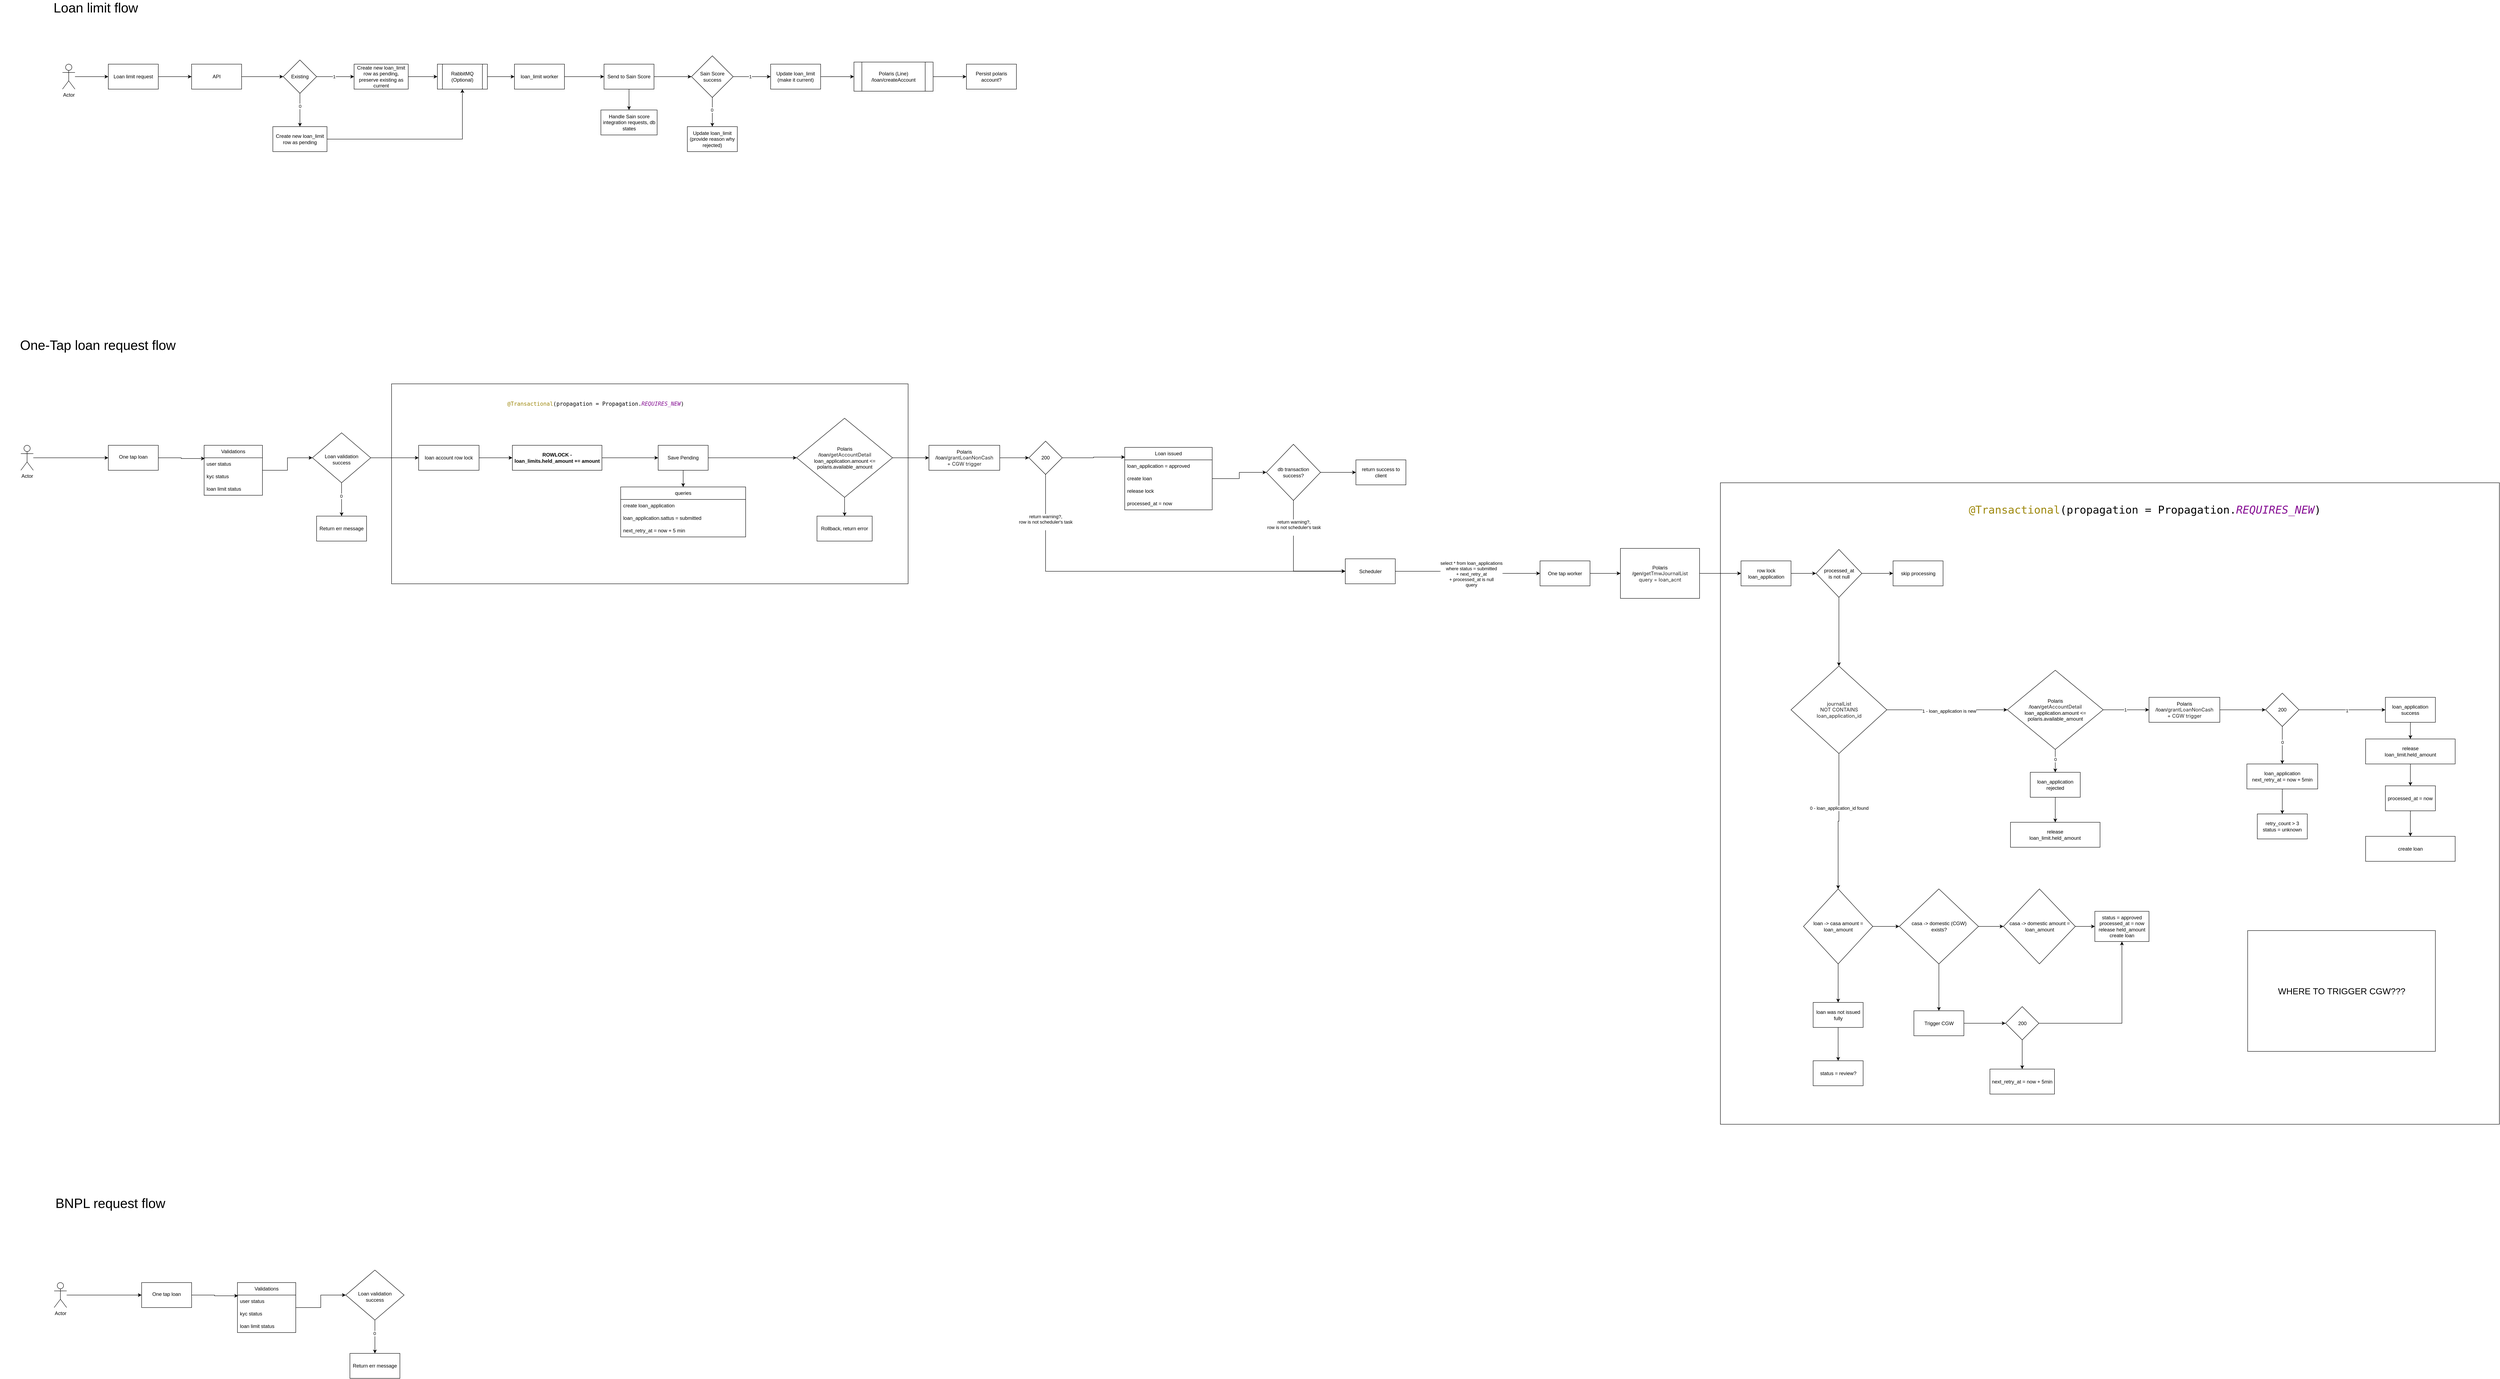
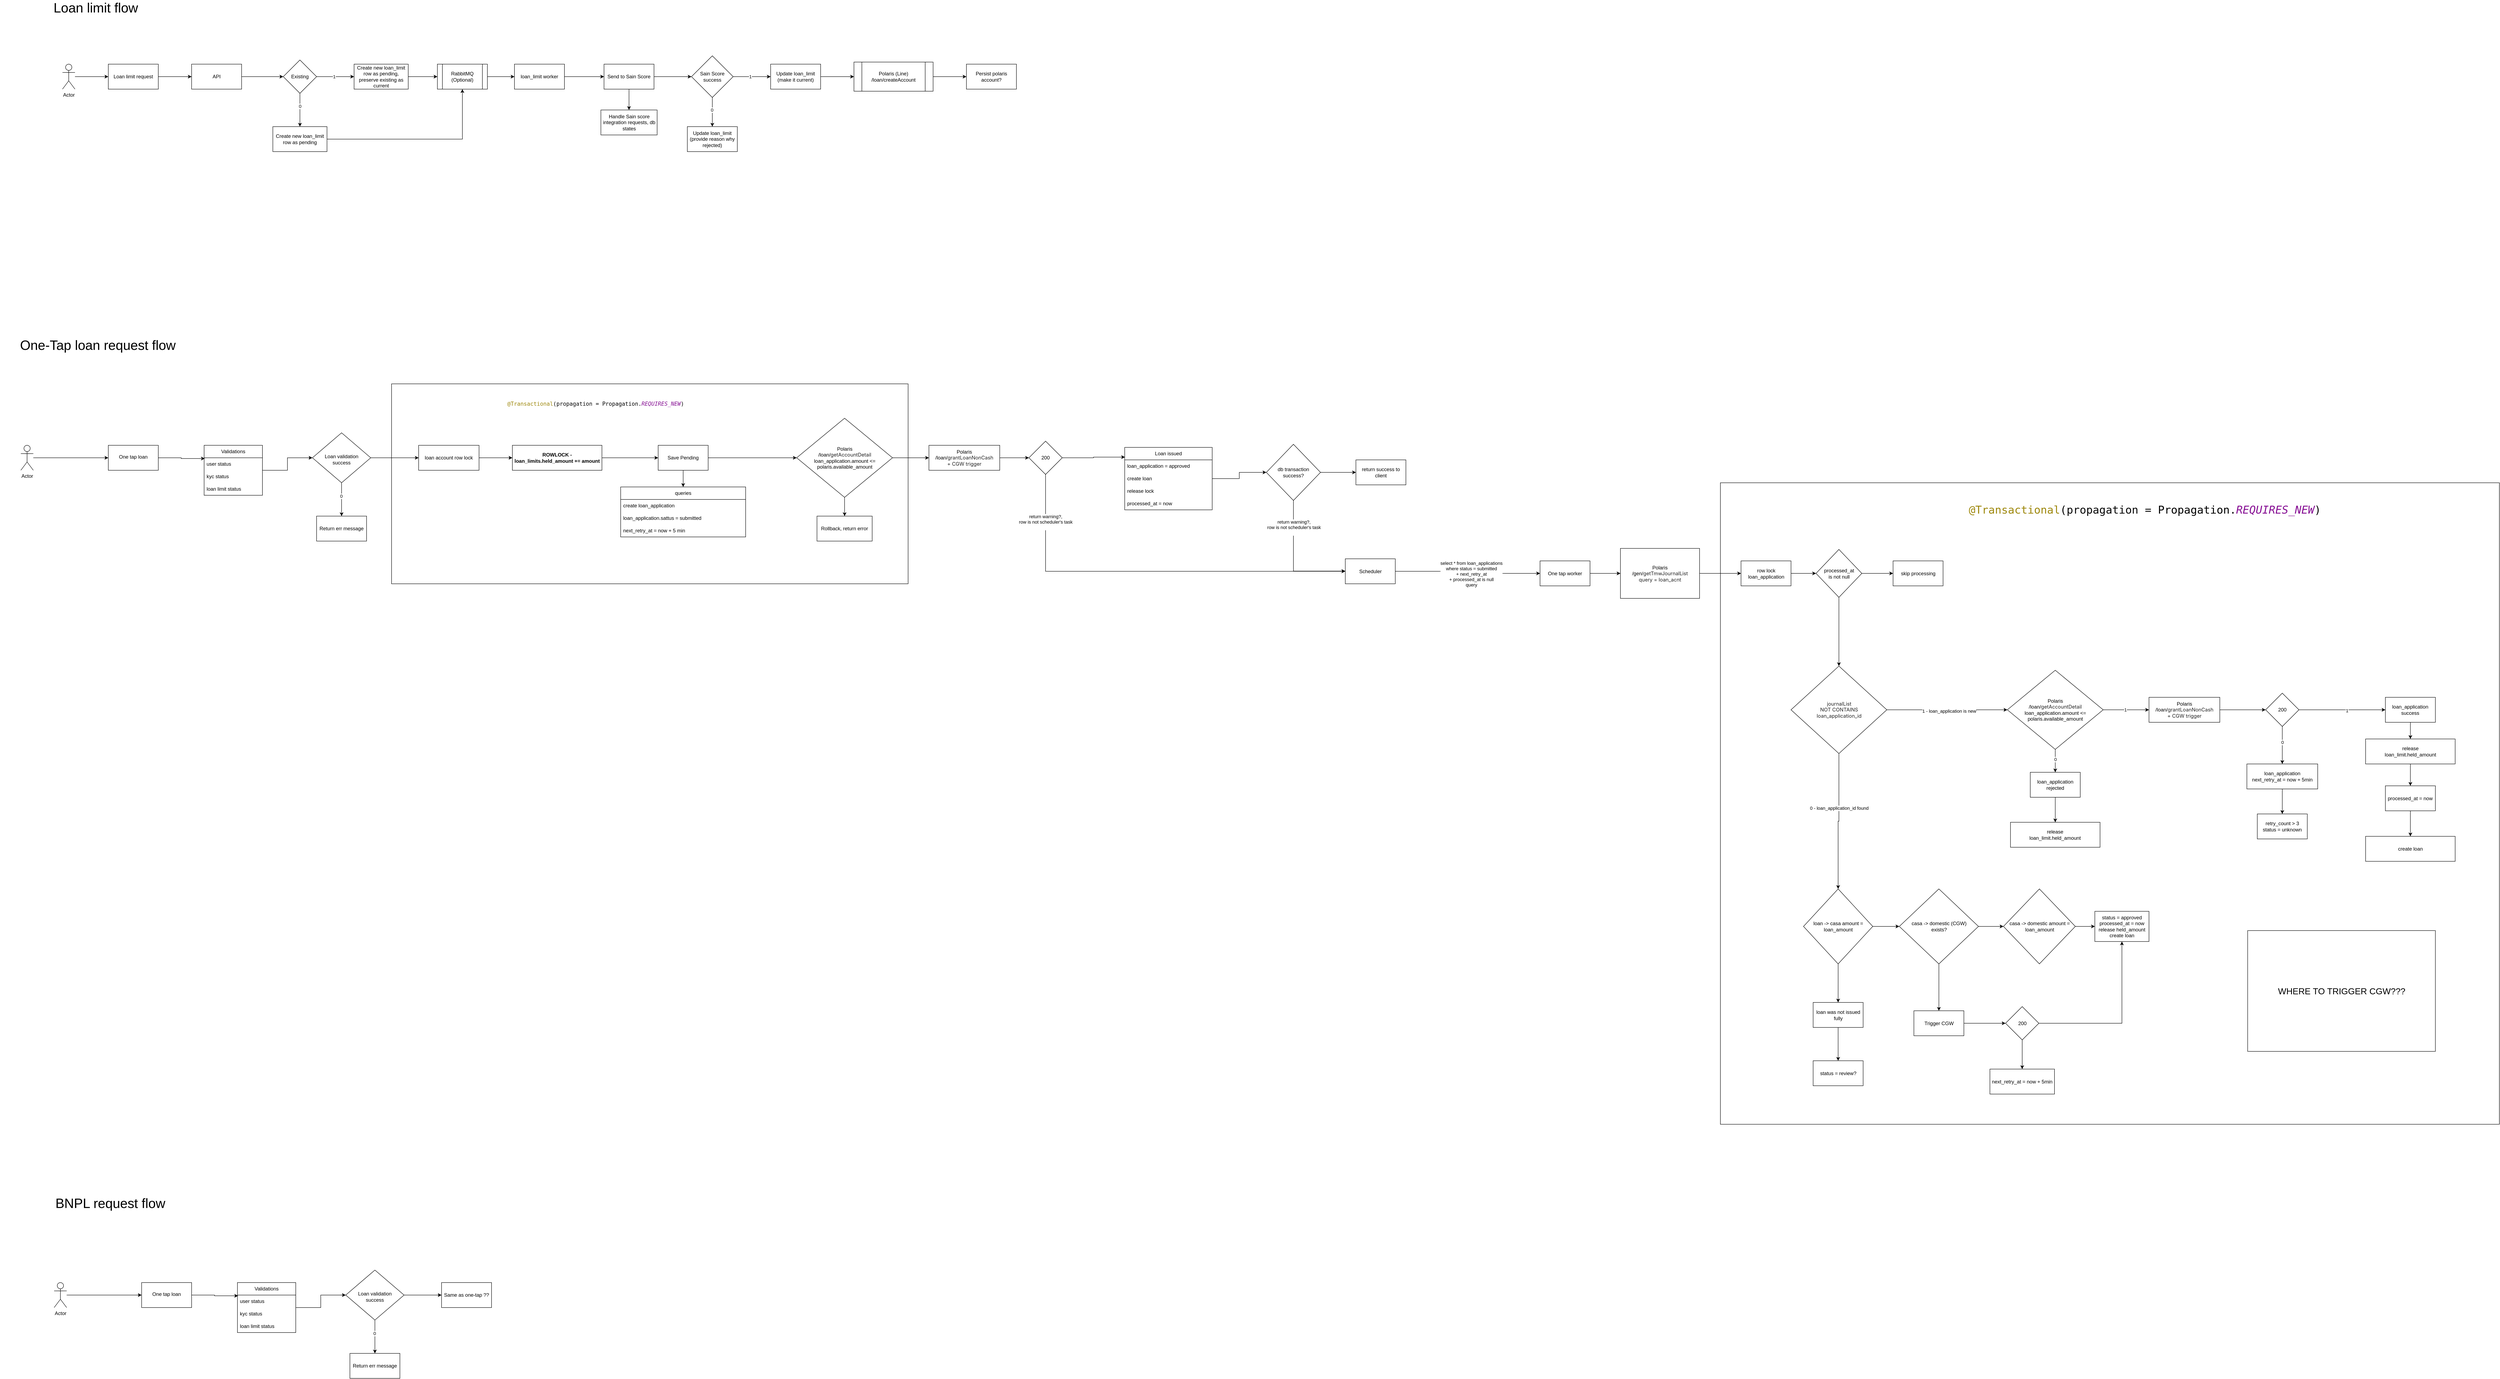
<mxfile host="app.diagrams.net">
  <diagram name="Page-1" id="VCBSuIh8bz7kurrQ0Zaz">
    <mxGraphModel dx="2524" dy="979" grid="1" gridSize="10" guides="1" tooltips="1" connect="1" arrows="1" fold="1" page="1" pageScale="1" pageWidth="850" pageHeight="1100" math="0" shadow="0">
      <root>
        <mxCell id="0" />
        <mxCell id="1" parent="0" />
        <mxCell id="In8fDh9ZLN2M87an2Miy-188" parent="1" style="rounded=0;whiteSpace=wrap;html=1;" value="" vertex="1">
          <mxGeometry height="1540" width="1870" x="4020" y="1215" as="geometry" />
        </mxCell>
        <mxCell id="In8fDh9ZLN2M87an2Miy-172" parent="1" style="rounded=0;whiteSpace=wrap;html=1;" value="" vertex="1">
          <mxGeometry height="480" width="1240" x="830" y="977.5" as="geometry" />
        </mxCell>
        <mxCell id="KqixbsF9o6dLofBvsG9t-5" edge="1" parent="1" source="KqixbsF9o6dLofBvsG9t-1" style="edgeStyle=orthogonalEdgeStyle;rounded=0;orthogonalLoop=1;jettySize=auto;html=1;" target="KqixbsF9o6dLofBvsG9t-4" value="">
          <mxGeometry relative="1" as="geometry" />
        </mxCell>
        <mxCell id="KqixbsF9o6dLofBvsG9t-1" parent="1" style="rounded=0;whiteSpace=wrap;html=1;" value="Loan limit request" vertex="1">
          <mxGeometry height="60" width="120" x="150" y="210" as="geometry" />
        </mxCell>
        <mxCell id="KqixbsF9o6dLofBvsG9t-3" edge="1" parent="1" source="KqixbsF9o6dLofBvsG9t-2" style="edgeStyle=orthogonalEdgeStyle;rounded=0;orthogonalLoop=1;jettySize=auto;html=1;" target="KqixbsF9o6dLofBvsG9t-1" value="">
          <mxGeometry relative="1" as="geometry" />
        </mxCell>
        <mxCell id="KqixbsF9o6dLofBvsG9t-2" parent="1" style="shape=umlActor;verticalLabelPosition=bottom;verticalAlign=top;html=1;outlineConnect=0;" value="Actor" vertex="1">
          <mxGeometry height="60" width="30" x="40" y="210" as="geometry" />
        </mxCell>
        <mxCell id="KqixbsF9o6dLofBvsG9t-9" edge="1" parent="1" source="KqixbsF9o6dLofBvsG9t-4" style="edgeStyle=orthogonalEdgeStyle;rounded=0;orthogonalLoop=1;jettySize=auto;html=1;" target="KqixbsF9o6dLofBvsG9t-8" value="">
          <mxGeometry relative="1" as="geometry" />
        </mxCell>
        <mxCell id="KqixbsF9o6dLofBvsG9t-4" parent="1" style="rounded=0;whiteSpace=wrap;html=1;" value="API" vertex="1">
          <mxGeometry height="60" width="120" x="350" y="210" as="geometry" />
        </mxCell>
        <mxCell id="KqixbsF9o6dLofBvsG9t-11" edge="1" parent="1" source="KqixbsF9o6dLofBvsG9t-8" style="edgeStyle=orthogonalEdgeStyle;rounded=0;orthogonalLoop=1;jettySize=auto;html=1;" target="KqixbsF9o6dLofBvsG9t-10" value="">
          <mxGeometry relative="1" as="geometry" />
        </mxCell>
        <mxCell id="KqixbsF9o6dLofBvsG9t-12" connectable="0" parent="KqixbsF9o6dLofBvsG9t-11" style="edgeLabel;html=1;align=center;verticalAlign=middle;resizable=0;points=[];" value="1" vertex="1">
          <mxGeometry relative="1" x="-0.079" as="geometry">
            <mxPoint as="offset" />
          </mxGeometry>
        </mxCell>
        <mxCell id="KqixbsF9o6dLofBvsG9t-14" edge="1" parent="1" source="KqixbsF9o6dLofBvsG9t-8" style="edgeStyle=orthogonalEdgeStyle;rounded=0;orthogonalLoop=1;jettySize=auto;html=1;" target="KqixbsF9o6dLofBvsG9t-13" value="">
          <mxGeometry relative="1" as="geometry" />
        </mxCell>
        <mxCell id="KqixbsF9o6dLofBvsG9t-15" connectable="0" parent="KqixbsF9o6dLofBvsG9t-14" style="edgeLabel;html=1;align=center;verticalAlign=middle;resizable=0;points=[];" value="0" vertex="1">
          <mxGeometry relative="1" x="-0.2407" as="geometry">
            <mxPoint as="offset" />
          </mxGeometry>
        </mxCell>
        <mxCell id="KqixbsF9o6dLofBvsG9t-8" parent="1" style="rhombus;whiteSpace=wrap;html=1;rounded=0;" value="Existing" vertex="1">
          <mxGeometry height="80" width="80" x="570" y="200" as="geometry" />
        </mxCell>
        <mxCell id="KqixbsF9o6dLofBvsG9t-23" edge="1" parent="1" source="KqixbsF9o6dLofBvsG9t-10" style="edgeStyle=orthogonalEdgeStyle;rounded=0;orthogonalLoop=1;jettySize=auto;html=1;" target="KqixbsF9o6dLofBvsG9t-22" value="">
          <mxGeometry relative="1" as="geometry" />
        </mxCell>
        <mxCell id="KqixbsF9o6dLofBvsG9t-10" parent="1" style="whiteSpace=wrap;html=1;rounded=0;" value="Create new loan_limit row as pending, preserve existing as current" vertex="1">
          <mxGeometry height="60" width="130" x="740" y="210" as="geometry" />
        </mxCell>
        <mxCell id="KqixbsF9o6dLofBvsG9t-26" edge="1" parent="1" source="KqixbsF9o6dLofBvsG9t-13" style="edgeStyle=orthogonalEdgeStyle;rounded=0;orthogonalLoop=1;jettySize=auto;html=1;entryX=0.5;entryY=1;entryDx=0;entryDy=0;" target="KqixbsF9o6dLofBvsG9t-22">
          <mxGeometry relative="1" as="geometry" />
        </mxCell>
        <mxCell id="KqixbsF9o6dLofBvsG9t-13" parent="1" style="whiteSpace=wrap;html=1;rounded=0;" value="Create new loan_limit row as pending" vertex="1">
          <mxGeometry height="60" width="130" x="545" y="360" as="geometry" />
        </mxCell>
        <mxCell id="KqixbsF9o6dLofBvsG9t-25" edge="1" parent="1" source="KqixbsF9o6dLofBvsG9t-22" style="edgeStyle=orthogonalEdgeStyle;rounded=0;orthogonalLoop=1;jettySize=auto;html=1;" target="KqixbsF9o6dLofBvsG9t-24" value="">
          <mxGeometry relative="1" as="geometry" />
        </mxCell>
        <mxCell id="KqixbsF9o6dLofBvsG9t-22" parent="1" style="shape=process;whiteSpace=wrap;html=1;backgroundOutline=1;rounded=0;" value="RabbitMQ (Optional)" vertex="1">
          <mxGeometry height="60" width="120" x="940" y="210" as="geometry" />
        </mxCell>
        <mxCell id="KqixbsF9o6dLofBvsG9t-28" edge="1" parent="1" source="KqixbsF9o6dLofBvsG9t-24" style="edgeStyle=orthogonalEdgeStyle;rounded=0;orthogonalLoop=1;jettySize=auto;html=1;" target="KqixbsF9o6dLofBvsG9t-27" value="">
          <mxGeometry relative="1" as="geometry" />
        </mxCell>
        <mxCell id="KqixbsF9o6dLofBvsG9t-24" parent="1" style="whiteSpace=wrap;html=1;rounded=0;" value="loan_limit worker" vertex="1">
          <mxGeometry height="60" width="120" x="1125" y="210" as="geometry" />
        </mxCell>
        <mxCell id="KqixbsF9o6dLofBvsG9t-30" edge="1" parent="1" source="KqixbsF9o6dLofBvsG9t-27" style="edgeStyle=orthogonalEdgeStyle;rounded=0;orthogonalLoop=1;jettySize=auto;html=1;" target="KqixbsF9o6dLofBvsG9t-29" value="">
          <mxGeometry relative="1" as="geometry" />
        </mxCell>
        <mxCell id="KqixbsF9o6dLofBvsG9t-38" edge="1" parent="1" source="KqixbsF9o6dLofBvsG9t-27" style="edgeStyle=orthogonalEdgeStyle;rounded=0;orthogonalLoop=1;jettySize=auto;html=1;" target="KqixbsF9o6dLofBvsG9t-37" value="">
          <mxGeometry relative="1" as="geometry" />
        </mxCell>
        <mxCell id="KqixbsF9o6dLofBvsG9t-27" parent="1" style="whiteSpace=wrap;html=1;rounded=0;" value="Send to Sain Score" vertex="1">
          <mxGeometry height="60" width="120" x="1340" y="210" as="geometry" />
        </mxCell>
        <mxCell id="KqixbsF9o6dLofBvsG9t-32" edge="1" parent="1" source="KqixbsF9o6dLofBvsG9t-29" style="edgeStyle=orthogonalEdgeStyle;rounded=0;orthogonalLoop=1;jettySize=auto;html=1;" target="KqixbsF9o6dLofBvsG9t-31" value="">
          <mxGeometry relative="1" as="geometry" />
        </mxCell>
        <mxCell id="KqixbsF9o6dLofBvsG9t-33" connectable="0" parent="KqixbsF9o6dLofBvsG9t-32" style="edgeLabel;html=1;align=center;verticalAlign=middle;resizable=0;points=[];" value="1" vertex="1">
          <mxGeometry relative="1" x="-0.1048" as="geometry">
            <mxPoint as="offset" />
          </mxGeometry>
        </mxCell>
        <mxCell id="KqixbsF9o6dLofBvsG9t-35" edge="1" parent="1" source="KqixbsF9o6dLofBvsG9t-29" style="edgeStyle=orthogonalEdgeStyle;rounded=0;orthogonalLoop=1;jettySize=auto;html=1;" target="KqixbsF9o6dLofBvsG9t-34" value="">
          <mxGeometry relative="1" as="geometry" />
        </mxCell>
        <mxCell id="KqixbsF9o6dLofBvsG9t-36" connectable="0" parent="KqixbsF9o6dLofBvsG9t-35" style="edgeLabel;html=1;align=center;verticalAlign=middle;resizable=0;points=[];" value="0" vertex="1">
          <mxGeometry relative="1" x="-0.1429" y="-1" as="geometry">
            <mxPoint as="offset" />
          </mxGeometry>
        </mxCell>
        <mxCell id="KqixbsF9o6dLofBvsG9t-29" parent="1" style="rhombus;whiteSpace=wrap;html=1;rounded=0;" value="Sain Score success" vertex="1">
          <mxGeometry height="100" width="100" x="1550" y="190" as="geometry" />
        </mxCell>
        <mxCell id="KqixbsF9o6dLofBvsG9t-66" edge="1" parent="1" source="KqixbsF9o6dLofBvsG9t-31" style="edgeStyle=orthogonalEdgeStyle;rounded=0;orthogonalLoop=1;jettySize=auto;html=1;" target="KqixbsF9o6dLofBvsG9t-65" value="">
          <mxGeometry relative="1" as="geometry" />
        </mxCell>
        <mxCell id="KqixbsF9o6dLofBvsG9t-31" parent="1" style="whiteSpace=wrap;html=1;rounded=0;" value="Update loan_limit (make it current)" vertex="1">
          <mxGeometry height="60" width="120" x="1740" y="210" as="geometry" />
        </mxCell>
        <mxCell id="KqixbsF9o6dLofBvsG9t-34" parent="1" style="whiteSpace=wrap;html=1;rounded=0;" value="Update loan_limit&lt;br&gt;(provide reason why rejected)" vertex="1">
          <mxGeometry height="60" width="120" x="1540" y="360" as="geometry" />
        </mxCell>
        <mxCell id="KqixbsF9o6dLofBvsG9t-37" parent="1" style="whiteSpace=wrap;html=1;rounded=0;" value="Handle Sain score integration requests, db states" vertex="1">
          <mxGeometry height="60" width="135" x="1332.5" y="320" as="geometry" />
        </mxCell>
        <mxCell id="KqixbsF9o6dLofBvsG9t-40" parent="1" style="text;html=1;whiteSpace=wrap;strokeColor=none;fillColor=none;align=center;verticalAlign=middle;rounded=0;fontSize=32;" value="Loan limit flow" vertex="1">
          <mxGeometry height="30" width="260" x="-10" y="60" as="geometry" />
        </mxCell>
        <mxCell id="KqixbsF9o6dLofBvsG9t-74" edge="1" parent="1" source="KqixbsF9o6dLofBvsG9t-65" style="edgeStyle=orthogonalEdgeStyle;rounded=0;orthogonalLoop=1;jettySize=auto;html=1;" target="KqixbsF9o6dLofBvsG9t-73" value="">
          <mxGeometry relative="1" as="geometry" />
        </mxCell>
        <mxCell id="KqixbsF9o6dLofBvsG9t-65" parent="1" style="shape=process;whiteSpace=wrap;html=1;backgroundOutline=1;rounded=0;" value="Polaris (Line)&lt;br&gt;/loan/createAccount" vertex="1">
          <mxGeometry height="70" width="190" x="1940" y="205" as="geometry" />
        </mxCell>
        <mxCell id="KqixbsF9o6dLofBvsG9t-73" parent="1" style="whiteSpace=wrap;html=1;rounded=0;" value="Persist polaris account?" vertex="1">
          <mxGeometry height="60" width="120" x="2210" y="210" as="geometry" />
        </mxCell>
        <mxCell id="U8Ajh8Gpa-m2DNKNFQys-1" parent="1" style="text;html=1;whiteSpace=wrap;strokeColor=none;fillColor=none;align=center;verticalAlign=middle;rounded=0;fontSize=32;" value="One-Tap loan request flow" vertex="1">
          <mxGeometry height="30" width="470" x="-110" y="870" as="geometry" />
        </mxCell>
        <mxCell id="In8fDh9ZLN2M87an2Miy-1" edge="1" parent="1" source="In8fDh9ZLN2M87an2Miy-2" style="edgeStyle=orthogonalEdgeStyle;rounded=0;orthogonalLoop=1;jettySize=auto;html=1;" target="In8fDh9ZLN2M87an2Miy-4" value="">
          <mxGeometry relative="1" as="geometry" />
        </mxCell>
        <mxCell id="In8fDh9ZLN2M87an2Miy-2" parent="1" style="shape=umlActor;verticalLabelPosition=bottom;verticalAlign=top;html=1;outlineConnect=0;" value="Actor" vertex="1">
          <mxGeometry height="60" width="30" x="-60" y="1125" as="geometry" />
        </mxCell>
        <mxCell id="In8fDh9ZLN2M87an2Miy-3" edge="1" parent="1" source="In8fDh9ZLN2M87an2Miy-4" style="edgeStyle=orthogonalEdgeStyle;rounded=0;orthogonalLoop=1;jettySize=auto;html=1;entryX=0.011;entryY=0.06;entryDx=0;entryDy=0;entryPerimeter=0;" target="In8fDh9ZLN2M87an2Miy-28" value="">
          <mxGeometry relative="1" as="geometry">
            <mxPoint x="360" y="1155" as="targetPoint" />
          </mxGeometry>
        </mxCell>
        <mxCell id="In8fDh9ZLN2M87an2Miy-4" parent="1" style="whiteSpace=wrap;html=1;verticalAlign=top;" value="&lt;div&gt;&lt;br&gt;&lt;/div&gt;&lt;div&gt;One tap loan&lt;/div&gt;" vertex="1">
          <mxGeometry height="60" width="120" x="150" y="1125" as="geometry" />
        </mxCell>
        <mxCell id="In8fDh9ZLN2M87an2Miy-7" edge="1" parent="1" source="In8fDh9ZLN2M87an2Miy-9" style="edgeStyle=orthogonalEdgeStyle;rounded=0;orthogonalLoop=1;jettySize=auto;html=1;" target="In8fDh9ZLN2M87an2Miy-13" value="">
          <mxGeometry relative="1" as="geometry" />
        </mxCell>
        <mxCell id="In8fDh9ZLN2M87an2Miy-8" connectable="0" parent="In8fDh9ZLN2M87an2Miy-7" style="edgeLabel;html=1;align=center;verticalAlign=middle;resizable=0;points=[];" value="0" vertex="1">
          <mxGeometry relative="1" x="-0.2091" y="-1" as="geometry">
            <mxPoint as="offset" />
          </mxGeometry>
        </mxCell>
        <mxCell id="In8fDh9ZLN2M87an2Miy-163" edge="1" parent="1" source="In8fDh9ZLN2M87an2Miy-9" style="edgeStyle=orthogonalEdgeStyle;rounded=0;orthogonalLoop=1;jettySize=auto;html=1;entryX=0;entryY=0.5;entryDx=0;entryDy=0;" target="In8fDh9ZLN2M87an2Miy-161">
          <mxGeometry relative="1" as="geometry" />
        </mxCell>
        <mxCell id="In8fDh9ZLN2M87an2Miy-9" parent="1" style="rhombus;whiteSpace=wrap;html=1;verticalAlign=top;" value="&lt;br&gt;&lt;br&gt;&lt;div&gt;&lt;br&gt;&lt;/div&gt;&lt;div&gt;Loan validation&lt;br&gt;success&lt;/div&gt;" vertex="1">
          <mxGeometry height="120" width="140" x="640" y="1095" as="geometry" />
        </mxCell>
        <mxCell id="In8fDh9ZLN2M87an2Miy-10" edge="1" parent="1" source="In8fDh9ZLN2M87an2Miy-12" style="edgeStyle=orthogonalEdgeStyle;rounded=0;orthogonalLoop=1;jettySize=auto;html=1;entryX=0.5;entryY=0;entryDx=0;entryDy=0;" target="In8fDh9ZLN2M87an2Miy-14">
          <mxGeometry relative="1" as="geometry" />
        </mxCell>
        <mxCell id="In8fDh9ZLN2M87an2Miy-54" edge="1" parent="1" source="In8fDh9ZLN2M87an2Miy-105" style="edgeStyle=orthogonalEdgeStyle;rounded=0;orthogonalLoop=1;jettySize=auto;html=1;exitX=1;exitY=0.5;exitDx=0;exitDy=0;" target="In8fDh9ZLN2M87an2Miy-53" value="">
          <mxGeometry relative="1" as="geometry">
            <mxPoint x="3329.5" y="1432.5" as="sourcePoint" />
          </mxGeometry>
        </mxCell>
        <mxCell id="In8fDh9ZLN2M87an2Miy-55" connectable="0" parent="In8fDh9ZLN2M87an2Miy-54" style="edgeLabel;html=1;align=center;verticalAlign=middle;resizable=0;points=[];" value="select * from loan_applications&lt;br&gt;where status = submitted&lt;br&gt;+ next_retry_at&lt;br&gt;+ processed_at is null&lt;br&gt;query" vertex="1">
          <mxGeometry relative="1" x="0.0637" y="-1" as="geometry">
            <mxPoint as="offset" />
          </mxGeometry>
        </mxCell>
        <mxCell id="In8fDh9ZLN2M87an2Miy-173" edge="1" parent="1" source="In8fDh9ZLN2M87an2Miy-12" style="edgeStyle=orthogonalEdgeStyle;rounded=0;orthogonalLoop=1;jettySize=auto;html=1;entryX=0;entryY=0.5;entryDx=0;entryDy=0;" target="In8fDh9ZLN2M87an2Miy-152">
          <mxGeometry relative="1" as="geometry" />
        </mxCell>
        <mxCell id="In8fDh9ZLN2M87an2Miy-12" parent="1" style="whiteSpace=wrap;html=1;verticalAlign=middle;" value="Save Pending" vertex="1">
          <mxGeometry height="60" width="120" x="1470" y="1125" as="geometry" />
        </mxCell>
        <mxCell id="In8fDh9ZLN2M87an2Miy-13" parent="1" style="whiteSpace=wrap;html=1;verticalAlign=middle;" value="Return err message" vertex="1">
          <mxGeometry height="60" width="120" x="650" y="1295" as="geometry" />
        </mxCell>
        <mxCell id="In8fDh9ZLN2M87an2Miy-14" parent="1" style="swimlane;fontStyle=0;childLayout=stackLayout;horizontal=1;startSize=30;horizontalStack=0;resizeParent=1;resizeParentMax=0;resizeLast=0;collapsible=1;marginBottom=0;whiteSpace=wrap;html=1;" value="queries" vertex="1">
          <mxGeometry height="120" width="300" x="1380" y="1225" as="geometry" />
        </mxCell>
        <mxCell id="In8fDh9ZLN2M87an2Miy-15" parent="In8fDh9ZLN2M87an2Miy-14" style="text;strokeColor=none;fillColor=none;align=left;verticalAlign=middle;spacingLeft=4;spacingRight=4;overflow=hidden;points=[[0,0.5],[1,0.5]];portConstraint=eastwest;rotatable=0;whiteSpace=wrap;html=1;" value="create loan_application" vertex="1">
          <mxGeometry height="30" width="300" y="30" as="geometry" />
        </mxCell>
        <mxCell id="In8fDh9ZLN2M87an2Miy-104" parent="In8fDh9ZLN2M87an2Miy-14" style="text;strokeColor=none;fillColor=none;align=left;verticalAlign=middle;spacingLeft=4;spacingRight=4;overflow=hidden;points=[[0,0.5],[1,0.5]];portConstraint=eastwest;rotatable=0;whiteSpace=wrap;html=1;" value="loan_application.sattus = submitted" vertex="1">
          <mxGeometry height="30" width="300" y="60" as="geometry" />
        </mxCell>
        <mxCell id="In8fDh9ZLN2M87an2Miy-17" parent="In8fDh9ZLN2M87an2Miy-14" style="text;strokeColor=none;fillColor=none;align=left;verticalAlign=middle;spacingLeft=4;spacingRight=4;overflow=hidden;points=[[0,0.5],[1,0.5]];portConstraint=eastwest;rotatable=0;whiteSpace=wrap;html=1;" value="next_retry_at = now + 5 min" vertex="1">
          <mxGeometry height="30" width="300" y="90" as="geometry" />
        </mxCell>
        <mxCell id="In8fDh9ZLN2M87an2Miy-32" edge="1" parent="1" source="In8fDh9ZLN2M87an2Miy-27" style="edgeStyle=orthogonalEdgeStyle;rounded=0;orthogonalLoop=1;jettySize=auto;html=1;entryX=0;entryY=0.5;entryDx=0;entryDy=0;" target="In8fDh9ZLN2M87an2Miy-9">
          <mxGeometry relative="1" as="geometry" />
        </mxCell>
        <mxCell id="In8fDh9ZLN2M87an2Miy-27" parent="1" style="swimlane;fontStyle=0;childLayout=stackLayout;horizontal=1;startSize=30;horizontalStack=0;resizeParent=1;resizeParentMax=0;resizeLast=0;collapsible=1;marginBottom=0;whiteSpace=wrap;html=1;" value="Validations" vertex="1">
          <mxGeometry height="120" width="140" x="380" y="1125" as="geometry" />
        </mxCell>
        <mxCell id="In8fDh9ZLN2M87an2Miy-28" parent="In8fDh9ZLN2M87an2Miy-27" style="text;strokeColor=none;fillColor=none;align=left;verticalAlign=middle;spacingLeft=4;spacingRight=4;overflow=hidden;points=[[0,0.5],[1,0.5]];portConstraint=eastwest;rotatable=0;whiteSpace=wrap;html=1;" value="user status" vertex="1">
          <mxGeometry height="30" width="140" y="30" as="geometry" />
        </mxCell>
        <mxCell id="In8fDh9ZLN2M87an2Miy-29" parent="In8fDh9ZLN2M87an2Miy-27" style="text;strokeColor=none;fillColor=none;align=left;verticalAlign=middle;spacingLeft=4;spacingRight=4;overflow=hidden;points=[[0,0.5],[1,0.5]];portConstraint=eastwest;rotatable=0;whiteSpace=wrap;html=1;" value="kyc status" vertex="1">
          <mxGeometry height="30" width="140" y="60" as="geometry" />
        </mxCell>
        <mxCell id="In8fDh9ZLN2M87an2Miy-33" parent="In8fDh9ZLN2M87an2Miy-27" style="text;strokeColor=none;fillColor=none;align=left;verticalAlign=middle;spacingLeft=4;spacingRight=4;overflow=hidden;points=[[0,0.5],[1,0.5]];portConstraint=eastwest;rotatable=0;whiteSpace=wrap;html=1;" value="loan limit status" vertex="1">
          <mxGeometry height="30" width="140" y="90" as="geometry" />
        </mxCell>
        <mxCell id="In8fDh9ZLN2M87an2Miy-116" edge="1" parent="1" source="In8fDh9ZLN2M87an2Miy-53" style="edgeStyle=orthogonalEdgeStyle;rounded=0;orthogonalLoop=1;jettySize=auto;html=1;entryX=0;entryY=0.5;entryDx=0;entryDy=0;" target="In8fDh9ZLN2M87an2Miy-68">
          <mxGeometry relative="1" as="geometry" />
        </mxCell>
        <mxCell id="In8fDh9ZLN2M87an2Miy-53" parent="1" style="whiteSpace=wrap;html=1;" value="One tap worker" vertex="1">
          <mxGeometry height="60" width="120" x="3587" y="1402.5" as="geometry" />
        </mxCell>
        <mxCell id="In8fDh9ZLN2M87an2Miy-67" edge="1" parent="1" source="In8fDh9ZLN2M87an2Miy-58" style="edgeStyle=orthogonalEdgeStyle;rounded=0;orthogonalLoop=1;jettySize=auto;html=1;entryX=0;entryY=0.5;entryDx=0;entryDy=0;" target="In8fDh9ZLN2M87an2Miy-66" value="">
          <mxGeometry relative="1" as="geometry">
            <mxPoint x="5343.87" y="1760" as="targetPoint" />
          </mxGeometry>
        </mxCell>
        <mxCell id="In8fDh9ZLN2M87an2Miy-58" parent="1" style="whiteSpace=wrap;html=1;" value="Polaris /loan/&lt;span style=&quot;color: rgb(33, 33, 33); font-family: Inter, system-ui, -apple-system, &amp;quot;system-ui&amp;quot;, &amp;quot;Segoe UI&amp;quot;, Roboto, Oxygen, Ubuntu, Cantarell, &amp;quot;Fira Sans&amp;quot;, &amp;quot;Droid Sans&amp;quot;, Helvetica, Arial, sans-serif; text-align: left; white-space: pre-wrap; background-color: rgb(255, 255, 255);&quot;&gt;grantLoanNonCash&lt;br/&gt;+ CGW trigger&lt;/span&gt;" vertex="1">
          <mxGeometry height="60" width="170" x="5048.87" y="1730" as="geometry" />
        </mxCell>
        <mxCell id="In8fDh9ZLN2M87an2Miy-62" edge="1" parent="1" source="In8fDh9ZLN2M87an2Miy-59" style="edgeStyle=orthogonalEdgeStyle;rounded=0;orthogonalLoop=1;jettySize=auto;html=1;" target="In8fDh9ZLN2M87an2Miy-61" value="">
          <mxGeometry relative="1" as="geometry" />
        </mxCell>
        <mxCell id="In8fDh9ZLN2M87an2Miy-91" connectable="0" parent="In8fDh9ZLN2M87an2Miy-62" style="edgeLabel;html=1;align=center;verticalAlign=middle;resizable=0;points=[];" value="0" vertex="1">
          <mxGeometry relative="1" x="-0.1431" as="geometry">
            <mxPoint as="offset" />
          </mxGeometry>
        </mxCell>
        <mxCell id="In8fDh9ZLN2M87an2Miy-65" edge="1" parent="1" source="In8fDh9ZLN2M87an2Miy-59" style="edgeStyle=orthogonalEdgeStyle;rounded=0;orthogonalLoop=1;jettySize=auto;html=1;" target="In8fDh9ZLN2M87an2Miy-58">
          <mxGeometry relative="1" as="geometry" />
        </mxCell>
        <mxCell id="In8fDh9ZLN2M87an2Miy-90" connectable="0" parent="In8fDh9ZLN2M87an2Miy-65" style="edgeLabel;html=1;align=center;verticalAlign=middle;resizable=0;points=[];" value="1" vertex="1">
          <mxGeometry relative="1" x="-0.0451" as="geometry">
            <mxPoint as="offset" />
          </mxGeometry>
        </mxCell>
        <mxCell id="In8fDh9ZLN2M87an2Miy-59" parent="1" style="rhombus;whiteSpace=wrap;html=1;" value="Polaris&lt;br&gt;/loan/&lt;span style=&quot;color: rgb(33, 33, 33); font-family: Inter, system-ui, -apple-system, &amp;quot;system-ui&amp;quot;, &amp;quot;Segoe UI&amp;quot;, Roboto, Oxygen, Ubuntu, Cantarell, &amp;quot;Fira Sans&amp;quot;, &amp;quot;Droid Sans&amp;quot;, Helvetica, Arial, sans-serif; text-align: left; white-space: pre-wrap; background-color: rgb(255, 255, 255);&quot;&gt;getAccountDetail&lt;/span&gt;&lt;br&gt;loan_application.amount &amp;lt;= polaris.available_amount" vertex="1">
          <mxGeometry height="190" width="230" x="4708.87" y="1665" as="geometry" />
        </mxCell>
        <mxCell id="In8fDh9ZLN2M87an2Miy-64" edge="1" parent="1" source="In8fDh9ZLN2M87an2Miy-61" style="edgeStyle=orthogonalEdgeStyle;rounded=0;orthogonalLoop=1;jettySize=auto;html=1;" target="In8fDh9ZLN2M87an2Miy-63" value="">
          <mxGeometry relative="1" as="geometry" />
        </mxCell>
        <mxCell id="In8fDh9ZLN2M87an2Miy-61" parent="1" style="whiteSpace=wrap;html=1;" value="loan_application&lt;br&gt;rejected" vertex="1">
          <mxGeometry height="60" width="120" x="4763.87" y="1910" as="geometry" />
        </mxCell>
        <mxCell id="In8fDh9ZLN2M87an2Miy-63" parent="1" style="whiteSpace=wrap;html=1;" value="release &lt;br&gt;loan_limit.held_amount" vertex="1">
          <mxGeometry height="60" width="215" x="4716.37" y="2030" as="geometry" />
        </mxCell>
        <mxCell id="In8fDh9ZLN2M87an2Miy-81" edge="1" parent="1" source="In8fDh9ZLN2M87an2Miy-66" style="edgeStyle=orthogonalEdgeStyle;rounded=0;orthogonalLoop=1;jettySize=auto;html=1;entryX=0;entryY=0.5;entryDx=0;entryDy=0;" target="In8fDh9ZLN2M87an2Miy-79">
          <mxGeometry relative="1" as="geometry" />
        </mxCell>
        <mxCell id="In8fDh9ZLN2M87an2Miy-92" connectable="0" parent="In8fDh9ZLN2M87an2Miy-81" style="edgeLabel;html=1;align=center;verticalAlign=middle;resizable=0;points=[];" value="1" vertex="1">
          <mxGeometry relative="1" x="0.1055" y="-2" as="geometry">
            <mxPoint as="offset" />
          </mxGeometry>
        </mxCell>
        <mxCell id="In8fDh9ZLN2M87an2Miy-83" edge="1" parent="1" source="In8fDh9ZLN2M87an2Miy-66" style="edgeStyle=orthogonalEdgeStyle;rounded=0;orthogonalLoop=1;jettySize=auto;html=1;" target="In8fDh9ZLN2M87an2Miy-82" value="">
          <mxGeometry relative="1" as="geometry" />
        </mxCell>
        <mxCell id="In8fDh9ZLN2M87an2Miy-93" connectable="0" parent="In8fDh9ZLN2M87an2Miy-83" style="edgeLabel;html=1;align=center;verticalAlign=middle;resizable=0;points=[];" value="0" vertex="1">
          <mxGeometry relative="1" x="-0.1623" as="geometry">
            <mxPoint as="offset" />
          </mxGeometry>
        </mxCell>
        <mxCell id="In8fDh9ZLN2M87an2Miy-66" parent="1" style="rhombus;whiteSpace=wrap;html=1;" value="200" vertex="1">
          <mxGeometry height="80" width="80" x="5328.87" y="1720" as="geometry" />
        </mxCell>
        <mxCell id="In8fDh9ZLN2M87an2Miy-119" edge="1" parent="1" source="In8fDh9ZLN2M87an2Miy-68" style="edgeStyle=orthogonalEdgeStyle;rounded=0;orthogonalLoop=1;jettySize=auto;html=1;" target="In8fDh9ZLN2M87an2Miy-118" value="">
          <mxGeometry relative="1" as="geometry" />
        </mxCell>
        <mxCell id="In8fDh9ZLN2M87an2Miy-68" parent="1" style="whiteSpace=wrap;html=1;" value="Polaris&lt;br&gt;/gen/&lt;span style=&quot;white-space: pre-wrap; color: rgb(33, 33, 33); font-family: Inter, system-ui, -apple-system, &amp;quot;system-ui&amp;quot;, &amp;quot;Segoe UI&amp;quot;, Roboto, Oxygen, Ubuntu, Cantarell, &amp;quot;Fira Sans&amp;quot;, &amp;quot;Droid Sans&amp;quot;, Helvetica, Arial, sans-serif; text-align: left; background-color: rgb(255, 255, 255);&quot;&gt;getTmwJournalList&lt;br&gt;query = loan_acnt&lt;/span&gt;" vertex="1">
          <mxGeometry height="120" width="190" x="3780" y="1372.5" as="geometry" />
        </mxCell>
        <mxCell id="In8fDh9ZLN2M87an2Miy-71" edge="1" parent="1" source="In8fDh9ZLN2M87an2Miy-69" style="edgeStyle=orthogonalEdgeStyle;rounded=0;orthogonalLoop=1;jettySize=auto;html=1;entryX=0;entryY=0.5;entryDx=0;entryDy=0;" target="In8fDh9ZLN2M87an2Miy-59">
          <mxGeometry relative="1" as="geometry" />
        </mxCell>
        <mxCell id="In8fDh9ZLN2M87an2Miy-77" connectable="0" parent="In8fDh9ZLN2M87an2Miy-71" style="edgeLabel;html=1;align=center;verticalAlign=middle;resizable=0;points=[];" value="1 - loan_application is new" vertex="1">
          <mxGeometry relative="1" x="0.0312" y="-3" as="geometry">
            <mxPoint as="offset" />
          </mxGeometry>
        </mxCell>
        <mxCell id="In8fDh9ZLN2M87an2Miy-73" edge="1" parent="1" source="In8fDh9ZLN2M87an2Miy-69" style="edgeStyle=orthogonalEdgeStyle;rounded=0;orthogonalLoop=1;jettySize=auto;html=1;entryX=0.5;entryY=0;entryDx=0;entryDy=0;" target="In8fDh9ZLN2M87an2Miy-111" value="">
          <mxGeometry relative="1" as="geometry">
            <mxPoint x="4303.87" y="1960" as="targetPoint" />
          </mxGeometry>
        </mxCell>
        <mxCell id="In8fDh9ZLN2M87an2Miy-74" connectable="0" parent="In8fDh9ZLN2M87an2Miy-73" style="edgeLabel;html=1;align=center;verticalAlign=middle;resizable=0;points=[];" value="0 - loan_application_id found" vertex="1">
          <mxGeometry relative="1" x="-0.1975" as="geometry">
            <mxPoint as="offset" />
          </mxGeometry>
        </mxCell>
        <mxCell id="In8fDh9ZLN2M87an2Miy-69" parent="1" style="rhombus;whiteSpace=wrap;html=1;verticalAlign=middle;" value="&lt;div style=&quot;text-align: center;&quot;&gt;&lt;span style=&quot;background-color: light-dark(rgb(255, 255, 255), rgb(18, 18, 18)); color: light-dark(rgb(33, 33, 33), rgb(209, 209, 209)); font-family: Inter, system-ui, -apple-system, &amp;quot;system-ui&amp;quot;, &amp;quot;Segoe UI&amp;quot;, Roboto, Oxygen, Ubuntu, Cantarell, &amp;quot;Fira Sans&amp;quot;, &amp;quot;Droid Sans&amp;quot;, Helvetica, Arial, sans-serif; text-align: left; white-space: pre-wrap;&quot;&gt;journalList&lt;br&gt;NOT CONTAINS&lt;/span&gt;&lt;/div&gt;&lt;span style=&quot;white-space: pre-wrap; color: rgb(33, 33, 33); font-family: Inter, system-ui, -apple-system, &amp;quot;system-ui&amp;quot;, &amp;quot;Segoe UI&amp;quot;, Roboto, Oxygen, Ubuntu, Cantarell, &amp;quot;Fira Sans&amp;quot;, &amp;quot;Droid Sans&amp;quot;, Helvetica, Arial, sans-serif; text-align: left; background-color: rgb(255, 255, 255);&quot;&gt;loan_application_id&lt;/span&gt;" vertex="1">
          <mxGeometry height="210" width="230" x="4189.5" y="1655" as="geometry" />
        </mxCell>
        <mxCell id="In8fDh9ZLN2M87an2Miy-78" edge="1" parent="1" source="In8fDh9ZLN2M87an2Miy-79" style="edgeStyle=orthogonalEdgeStyle;rounded=0;orthogonalLoop=1;jettySize=auto;html=1;" target="In8fDh9ZLN2M87an2Miy-80" value="">
          <mxGeometry relative="1" as="geometry" />
        </mxCell>
        <mxCell id="In8fDh9ZLN2M87an2Miy-79" parent="1" style="whiteSpace=wrap;html=1;" value="loan_application&lt;br&gt;success" vertex="1">
          <mxGeometry height="60" width="120" x="5616.37" y="1730" as="geometry" />
        </mxCell>
        <mxCell id="In8fDh9ZLN2M87an2Miy-132" edge="1" parent="1" source="In8fDh9ZLN2M87an2Miy-80" style="edgeStyle=orthogonalEdgeStyle;rounded=0;orthogonalLoop=1;jettySize=auto;html=1;" target="In8fDh9ZLN2M87an2Miy-131" value="">
          <mxGeometry relative="1" as="geometry" />
        </mxCell>
        <mxCell id="In8fDh9ZLN2M87an2Miy-80" parent="1" style="whiteSpace=wrap;html=1;" value="release &lt;br&gt;loan_limit.held_amount" vertex="1">
          <mxGeometry height="60" width="215" x="5568.87" y="1830" as="geometry" />
        </mxCell>
        <mxCell id="In8fDh9ZLN2M87an2Miy-95" edge="1" parent="1" source="In8fDh9ZLN2M87an2Miy-82" style="edgeStyle=orthogonalEdgeStyle;rounded=0;orthogonalLoop=1;jettySize=auto;html=1;" target="In8fDh9ZLN2M87an2Miy-94" value="">
          <mxGeometry relative="1" as="geometry" />
        </mxCell>
        <mxCell id="In8fDh9ZLN2M87an2Miy-82" parent="1" style="whiteSpace=wrap;html=1;" value="loan_application&lt;br&gt;next_retry_at = now + 5min" vertex="1">
          <mxGeometry height="60" width="170" x="5283.87" y="1890" as="geometry" />
        </mxCell>
        <mxCell id="In8fDh9ZLN2M87an2Miy-88" parent="1" style="whiteSpace=wrap;html=1;" value="create loan" vertex="1">
          <mxGeometry height="60" width="215" x="5568.87" y="2063.75" as="geometry" />
        </mxCell>
        <mxCell id="In8fDh9ZLN2M87an2Miy-94" parent="1" style="whiteSpace=wrap;html=1;" value="retry_count &amp;gt; 3&lt;br&gt;status = unknown" vertex="1">
          <mxGeometry height="60" width="120" x="5308.87" y="2010" as="geometry" />
        </mxCell>
        <mxCell id="In8fDh9ZLN2M87an2Miy-105" parent="1" style="rounded=0;whiteSpace=wrap;html=1;" value="Scheduler" vertex="1">
          <mxGeometry height="60" width="120" x="3119.5" y="1397.5" as="geometry" />
        </mxCell>
        <mxCell id="In8fDh9ZLN2M87an2Miy-127" edge="1" parent="1" source="In8fDh9ZLN2M87an2Miy-111" style="edgeStyle=orthogonalEdgeStyle;rounded=0;orthogonalLoop=1;jettySize=auto;html=1;" target="In8fDh9ZLN2M87an2Miy-126" value="">
          <mxGeometry relative="1" as="geometry" />
        </mxCell>
        <mxCell id="In8fDh9ZLN2M87an2Miy-135" edge="1" parent="1" source="In8fDh9ZLN2M87an2Miy-111" style="edgeStyle=orthogonalEdgeStyle;rounded=0;orthogonalLoop=1;jettySize=auto;html=1;entryX=0;entryY=0.5;entryDx=0;entryDy=0;" target="In8fDh9ZLN2M87an2Miy-134">
          <mxGeometry relative="1" as="geometry" />
        </mxCell>
        <mxCell id="In8fDh9ZLN2M87an2Miy-111" parent="1" style="rhombus;whiteSpace=wrap;html=1;" value="loan -&amp;gt; casa amount = loan_amount" vertex="1">
          <mxGeometry height="180" width="166.25" x="4219.5" y="2190" as="geometry" />
        </mxCell>
        <mxCell id="In8fDh9ZLN2M87an2Miy-113" parent="1" style="whiteSpace=wrap;html=1;" value="status = approved&lt;br&gt;processed_at = now&lt;br&gt;release held_amount&lt;br&gt;create loan" vertex="1">
          <mxGeometry height="72.5" width="130" x="4918.87" y="2243.75" as="geometry" />
        </mxCell>
        <mxCell id="In8fDh9ZLN2M87an2Miy-122" edge="1" parent="1" source="In8fDh9ZLN2M87an2Miy-118" style="edgeStyle=orthogonalEdgeStyle;rounded=0;orthogonalLoop=1;jettySize=auto;html=1;" target="In8fDh9ZLN2M87an2Miy-121" value="">
          <mxGeometry relative="1" as="geometry" />
        </mxCell>
        <mxCell id="In8fDh9ZLN2M87an2Miy-118" parent="1" style="whiteSpace=wrap;html=1;" value="row lock&lt;br&gt;loan_application" vertex="1">
          <mxGeometry height="60" width="120" x="4069.5" y="1402.5" as="geometry" />
        </mxCell>
        <mxCell id="In8fDh9ZLN2M87an2Miy-124" edge="1" parent="1" source="In8fDh9ZLN2M87an2Miy-121" style="edgeStyle=orthogonalEdgeStyle;rounded=0;orthogonalLoop=1;jettySize=auto;html=1;" target="In8fDh9ZLN2M87an2Miy-123" value="">
          <mxGeometry relative="1" as="geometry" />
        </mxCell>
        <mxCell id="In8fDh9ZLN2M87an2Miy-125" edge="1" parent="1" source="In8fDh9ZLN2M87an2Miy-121" style="edgeStyle=orthogonalEdgeStyle;rounded=0;orthogonalLoop=1;jettySize=auto;html=1;entryX=0.5;entryY=0;entryDx=0;entryDy=0;" target="In8fDh9ZLN2M87an2Miy-69">
          <mxGeometry relative="1" as="geometry" />
        </mxCell>
        <mxCell id="In8fDh9ZLN2M87an2Miy-121" parent="1" style="rhombus;whiteSpace=wrap;html=1;" value="processed_at &lt;br&gt;is not null" vertex="1">
          <mxGeometry height="115" width="110" x="4249.5" y="1375" as="geometry" />
        </mxCell>
        <mxCell id="In8fDh9ZLN2M87an2Miy-123" parent="1" style="whiteSpace=wrap;html=1;" value="skip processing" vertex="1">
          <mxGeometry height="60" width="120" x="4434.5" y="1402.5" as="geometry" />
        </mxCell>
        <mxCell id="In8fDh9ZLN2M87an2Miy-129" edge="1" parent="1" source="In8fDh9ZLN2M87an2Miy-126" style="edgeStyle=orthogonalEdgeStyle;rounded=0;orthogonalLoop=1;jettySize=auto;html=1;" target="In8fDh9ZLN2M87an2Miy-128" value="">
          <mxGeometry relative="1" as="geometry" />
        </mxCell>
        <mxCell id="In8fDh9ZLN2M87an2Miy-126" parent="1" style="whiteSpace=wrap;html=1;" value="loan was not issued fully" vertex="1">
          <mxGeometry height="60" width="120" x="4242.625" y="2462.5" as="geometry" />
        </mxCell>
        <mxCell id="In8fDh9ZLN2M87an2Miy-128" parent="1" style="whiteSpace=wrap;html=1;" value="status = review?" vertex="1">
          <mxGeometry height="60" width="120" x="4242.625" y="2602.5" as="geometry" />
        </mxCell>
        <mxCell id="In8fDh9ZLN2M87an2Miy-130" parent="1" style="rounded=0;whiteSpace=wrap;html=1;fontSize=21;" value="WHERE TO TRIGGER CGW???" vertex="1">
          <mxGeometry height="290" width="450.63" x="5285.74" y="2290" as="geometry" />
        </mxCell>
        <mxCell id="In8fDh9ZLN2M87an2Miy-133" edge="1" parent="1" source="In8fDh9ZLN2M87an2Miy-131" style="edgeStyle=orthogonalEdgeStyle;rounded=0;orthogonalLoop=1;jettySize=auto;html=1;" target="In8fDh9ZLN2M87an2Miy-88" value="">
          <mxGeometry relative="1" as="geometry" />
        </mxCell>
        <mxCell id="In8fDh9ZLN2M87an2Miy-131" parent="1" style="whiteSpace=wrap;html=1;" value="processed_at = now" vertex="1">
          <mxGeometry height="60" width="120" x="5616.37" y="1942.5" as="geometry" />
        </mxCell>
        <mxCell id="In8fDh9ZLN2M87an2Miy-141" edge="1" parent="1" source="In8fDh9ZLN2M87an2Miy-134" style="edgeStyle=orthogonalEdgeStyle;rounded=0;orthogonalLoop=1;jettySize=auto;html=1;entryX=0;entryY=0.5;entryDx=0;entryDy=0;" target="In8fDh9ZLN2M87an2Miy-139">
          <mxGeometry relative="1" as="geometry" />
        </mxCell>
        <mxCell id="In8fDh9ZLN2M87an2Miy-145" edge="1" parent="1" source="In8fDh9ZLN2M87an2Miy-134" style="edgeStyle=orthogonalEdgeStyle;rounded=0;orthogonalLoop=1;jettySize=auto;html=1;" target="In8fDh9ZLN2M87an2Miy-144" value="">
          <mxGeometry relative="1" as="geometry" />
        </mxCell>
        <mxCell id="In8fDh9ZLN2M87an2Miy-134" parent="1" style="rhombus;whiteSpace=wrap;html=1;" value="casa -&amp;gt; domestic (CGW)&lt;br&gt;exists?" vertex="1">
          <mxGeometry height="180" width="190" x="4449.5" y="2190" as="geometry" />
        </mxCell>
        <mxCell id="In8fDh9ZLN2M87an2Miy-142" edge="1" parent="1" source="In8fDh9ZLN2M87an2Miy-139" style="edgeStyle=orthogonalEdgeStyle;rounded=0;orthogonalLoop=1;jettySize=auto;html=1;entryX=0;entryY=0.5;entryDx=0;entryDy=0;" target="In8fDh9ZLN2M87an2Miy-113">
          <mxGeometry relative="1" as="geometry" />
        </mxCell>
        <mxCell id="In8fDh9ZLN2M87an2Miy-139" parent="1" style="rhombus;whiteSpace=wrap;html=1;" value="casa -&amp;gt; domestic amount = loan_amount" vertex="1">
          <mxGeometry height="180" width="172.5" x="4699.5" y="2190" as="geometry" />
        </mxCell>
        <mxCell id="In8fDh9ZLN2M87an2Miy-147" edge="1" parent="1" source="In8fDh9ZLN2M87an2Miy-144" style="edgeStyle=orthogonalEdgeStyle;rounded=0;orthogonalLoop=1;jettySize=auto;html=1;" target="In8fDh9ZLN2M87an2Miy-146" value="">
          <mxGeometry relative="1" as="geometry" />
        </mxCell>
        <mxCell id="In8fDh9ZLN2M87an2Miy-144" parent="1" style="whiteSpace=wrap;html=1;" value="Trigger CGW" vertex="1">
          <mxGeometry height="60" width="120" x="4484.5" y="2482.5" as="geometry" />
        </mxCell>
        <mxCell id="In8fDh9ZLN2M87an2Miy-148" edge="1" parent="1" source="In8fDh9ZLN2M87an2Miy-146" style="edgeStyle=orthogonalEdgeStyle;rounded=0;orthogonalLoop=1;jettySize=auto;html=1;entryX=0.5;entryY=1;entryDx=0;entryDy=0;" target="In8fDh9ZLN2M87an2Miy-113">
          <mxGeometry relative="1" as="geometry" />
        </mxCell>
        <mxCell id="In8fDh9ZLN2M87an2Miy-150" edge="1" parent="1" source="In8fDh9ZLN2M87an2Miy-146" style="edgeStyle=orthogonalEdgeStyle;rounded=0;orthogonalLoop=1;jettySize=auto;html=1;" target="In8fDh9ZLN2M87an2Miy-149" value="">
          <mxGeometry relative="1" as="geometry" />
        </mxCell>
        <mxCell id="In8fDh9ZLN2M87an2Miy-146" parent="1" style="rhombus;whiteSpace=wrap;html=1;" value="200" vertex="1">
          <mxGeometry height="80" width="80" x="4704.5" y="2472.5" as="geometry" />
        </mxCell>
        <mxCell id="In8fDh9ZLN2M87an2Miy-149" parent="1" style="whiteSpace=wrap;html=1;" value="next_retry_at = now + 5min" vertex="1">
          <mxGeometry height="60" width="155" x="4667" y="2622.5" as="geometry" />
        </mxCell>
        <mxCell id="In8fDh9ZLN2M87an2Miy-154" edge="1" parent="1" source="In8fDh9ZLN2M87an2Miy-152" style="edgeStyle=orthogonalEdgeStyle;rounded=0;orthogonalLoop=1;jettySize=auto;html=1;entryX=0;entryY=0.5;entryDx=0;entryDy=0;" target="In8fDh9ZLN2M87an2Miy-153">
          <mxGeometry relative="1" as="geometry" />
        </mxCell>
        <mxCell id="In8fDh9ZLN2M87an2Miy-176" edge="1" parent="1" source="In8fDh9ZLN2M87an2Miy-152" style="edgeStyle=orthogonalEdgeStyle;rounded=0;orthogonalLoop=1;jettySize=auto;html=1;" target="In8fDh9ZLN2M87an2Miy-175" value="">
          <mxGeometry relative="1" as="geometry" />
        </mxCell>
        <mxCell id="In8fDh9ZLN2M87an2Miy-152" parent="1" style="rhombus;whiteSpace=wrap;html=1;" value="Polaris&lt;br&gt;/loan/&lt;span style=&quot;color: rgb(33, 33, 33); font-family: Inter, system-ui, -apple-system, &amp;quot;system-ui&amp;quot;, &amp;quot;Segoe UI&amp;quot;, Roboto, Oxygen, Ubuntu, Cantarell, &amp;quot;Fira Sans&amp;quot;, &amp;quot;Droid Sans&amp;quot;, Helvetica, Arial, sans-serif; text-align: left; white-space: pre-wrap; background-color: rgb(255, 255, 255);&quot;&gt;getAccountDetail&lt;/span&gt;&lt;br&gt;loan_application.amount &amp;lt;= polaris.available_amount" vertex="1">
          <mxGeometry height="190" width="230" x="1802.5" y="1060" as="geometry" />
        </mxCell>
        <mxCell id="In8fDh9ZLN2M87an2Miy-158" edge="1" parent="1" source="In8fDh9ZLN2M87an2Miy-153" style="edgeStyle=orthogonalEdgeStyle;rounded=0;orthogonalLoop=1;jettySize=auto;html=1;entryX=0;entryY=0.5;entryDx=0;entryDy=0;" target="In8fDh9ZLN2M87an2Miy-157">
          <mxGeometry relative="1" as="geometry" />
        </mxCell>
        <mxCell id="In8fDh9ZLN2M87an2Miy-153" parent="1" style="whiteSpace=wrap;html=1;" value="Polaris /loan/&lt;span style=&quot;color: rgb(33, 33, 33); font-family: Inter, system-ui, -apple-system, &amp;quot;system-ui&amp;quot;, &amp;quot;Segoe UI&amp;quot;, Roboto, Oxygen, Ubuntu, Cantarell, &amp;quot;Fira Sans&amp;quot;, &amp;quot;Droid Sans&amp;quot;, Helvetica, Arial, sans-serif; text-align: left; white-space: pre-wrap; background-color: rgb(255, 255, 255);&quot;&gt;grantLoanNonCash&lt;br/&gt;+ CGW trigger&lt;/span&gt;" vertex="1">
          <mxGeometry height="60" width="170" x="2120" y="1125" as="geometry" />
        </mxCell>
        <mxCell id="In8fDh9ZLN2M87an2Miy-177" edge="1" parent="1" source="In8fDh9ZLN2M87an2Miy-157" style="edgeStyle=orthogonalEdgeStyle;rounded=0;orthogonalLoop=1;jettySize=auto;html=1;entryX=0;entryY=0.5;entryDx=0;entryDy=0;" target="In8fDh9ZLN2M87an2Miy-105">
          <mxGeometry relative="1" as="geometry">
            <Array as="points">
              <mxPoint x="2400" y="1427" />
            </Array>
            <mxPoint x="2809.5" y="1427.5" as="targetPoint" />
          </mxGeometry>
        </mxCell>
        <mxCell id="In8fDh9ZLN2M87an2Miy-192" connectable="0" parent="In8fDh9ZLN2M87an2Miy-177" style="edgeLabel;html=1;align=center;verticalAlign=middle;resizable=0;points=[];" value="return warning?,&lt;br&gt;row is not scheduler&#39;s task&lt;div&gt;&lt;br&gt;&lt;/div&gt;" vertex="1">
          <mxGeometry relative="1" x="-0.7641" as="geometry">
            <mxPoint y="1" as="offset" />
          </mxGeometry>
        </mxCell>
        <mxCell id="In8fDh9ZLN2M87an2Miy-157" parent="1" style="rhombus;whiteSpace=wrap;html=1;" value="200" vertex="1">
          <mxGeometry height="80" width="80" x="2360" y="1115" as="geometry" />
        </mxCell>
        <mxCell id="In8fDh9ZLN2M87an2Miy-164" edge="1" parent="1" source="In8fDh9ZLN2M87an2Miy-161" style="edgeStyle=orthogonalEdgeStyle;rounded=0;orthogonalLoop=1;jettySize=auto;html=1;" target="In8fDh9ZLN2M87an2Miy-162" value="">
          <mxGeometry relative="1" as="geometry" />
        </mxCell>
        <mxCell id="In8fDh9ZLN2M87an2Miy-161" parent="1" style="rounded=0;whiteSpace=wrap;html=1;" value="loan account row lock" vertex="1">
          <mxGeometry height="60" width="145" x="895" y="1125" as="geometry" />
        </mxCell>
        <mxCell id="In8fDh9ZLN2M87an2Miy-165" edge="1" parent="1" source="In8fDh9ZLN2M87an2Miy-162" style="edgeStyle=orthogonalEdgeStyle;rounded=0;orthogonalLoop=1;jettySize=auto;html=1;" target="In8fDh9ZLN2M87an2Miy-12">
          <mxGeometry relative="1" as="geometry" />
        </mxCell>
        <mxCell id="In8fDh9ZLN2M87an2Miy-162" parent="1" style="rounded=0;whiteSpace=wrap;html=1;" value="&lt;span style=&quot;font-weight: 700; text-align: left;&quot;&gt;ROWLOCK - loan_limits.held_amount += amount&lt;/span&gt;" vertex="1">
          <mxGeometry height="60" width="215" x="1120" y="1125" as="geometry" />
        </mxCell>
        <mxCell id="In8fDh9ZLN2M87an2Miy-184" edge="1" parent="1" source="In8fDh9ZLN2M87an2Miy-166" style="edgeStyle=orthogonalEdgeStyle;rounded=0;orthogonalLoop=1;jettySize=auto;html=1;" target="In8fDh9ZLN2M87an2Miy-183" value="">
          <mxGeometry relative="1" as="geometry" />
        </mxCell>
        <mxCell id="In8fDh9ZLN2M87an2Miy-166" parent="1" style="swimlane;fontStyle=0;childLayout=stackLayout;horizontal=1;startSize=30;horizontalStack=0;resizeParent=1;resizeParentMax=0;resizeLast=0;collapsible=1;marginBottom=0;whiteSpace=wrap;html=1;" value="Loan issued" vertex="1">
          <mxGeometry height="150" width="210" x="2590" y="1130" as="geometry" />
        </mxCell>
        <mxCell id="In8fDh9ZLN2M87an2Miy-167" parent="In8fDh9ZLN2M87an2Miy-166" style="text;strokeColor=none;fillColor=none;align=left;verticalAlign=middle;spacingLeft=4;spacingRight=4;overflow=hidden;points=[[0,0.5],[1,0.5]];portConstraint=eastwest;rotatable=0;whiteSpace=wrap;html=1;" value="loan_application = approved" vertex="1">
          <mxGeometry height="30" width="210" y="30" as="geometry" />
        </mxCell>
        <mxCell id="In8fDh9ZLN2M87an2Miy-168" parent="In8fDh9ZLN2M87an2Miy-166" style="text;strokeColor=none;fillColor=none;align=left;verticalAlign=middle;spacingLeft=4;spacingRight=4;overflow=hidden;points=[[0,0.5],[1,0.5]];portConstraint=eastwest;rotatable=0;whiteSpace=wrap;html=1;" value="create loan" vertex="1">
          <mxGeometry height="30" width="210" y="60" as="geometry" />
        </mxCell>
        <mxCell id="In8fDh9ZLN2M87an2Miy-169" parent="In8fDh9ZLN2M87an2Miy-166" style="text;strokeColor=none;fillColor=none;align=left;verticalAlign=middle;spacingLeft=4;spacingRight=4;overflow=hidden;points=[[0,0.5],[1,0.5]];portConstraint=eastwest;rotatable=0;whiteSpace=wrap;html=1;" value="release lock" vertex="1">
          <mxGeometry height="30" width="210" y="90" as="geometry" />
        </mxCell>
        <mxCell id="In8fDh9ZLN2M87an2Miy-191" parent="In8fDh9ZLN2M87an2Miy-166" style="text;strokeColor=none;fillColor=none;align=left;verticalAlign=middle;spacingLeft=4;spacingRight=4;overflow=hidden;points=[[0,0.5],[1,0.5]];portConstraint=eastwest;rotatable=0;whiteSpace=wrap;html=1;" value="processed_at = now" vertex="1">
          <mxGeometry height="30" width="210" y="120" as="geometry" />
        </mxCell>
        <mxCell id="In8fDh9ZLN2M87an2Miy-170" edge="1" parent="1" source="In8fDh9ZLN2M87an2Miy-157" style="edgeStyle=orthogonalEdgeStyle;rounded=0;orthogonalLoop=1;jettySize=auto;html=1;entryX=0.003;entryY=0.156;entryDx=0;entryDy=0;entryPerimeter=0;" target="In8fDh9ZLN2M87an2Miy-166">
          <mxGeometry relative="1" as="geometry" />
        </mxCell>
        <mxCell id="In8fDh9ZLN2M87an2Miy-174" parent="1" style="text;html=1;whiteSpace=wrap;strokeColor=none;fillColor=none;align=center;verticalAlign=middle;rounded=0;" value="&lt;div style=&quot;background-color:#ffffff;color:#080808&quot;&gt;&lt;pre style=&quot;font-family:&#39;JetBrains Mono&#39;,monospace;font-size:9.8pt;&quot;&gt;&lt;span style=&quot;color:#9e880d;&quot;&gt;@Transactional&lt;/span&gt;(propagation = &lt;span style=&quot;color:#000000;&quot;&gt;Propagation&lt;/span&gt;.&lt;span style=&quot;color:#871094;font-style:italic;&quot;&gt;REQUIRES_NEW&lt;/span&gt;)&lt;/pre&gt;&lt;/div&gt;" vertex="1">
          <mxGeometry height="30" width="240" x="1200" y="1010" as="geometry" />
        </mxCell>
        <mxCell id="In8fDh9ZLN2M87an2Miy-175" parent="1" style="whiteSpace=wrap;html=1;" value="Rollback, return error" vertex="1">
          <mxGeometry height="60" width="132.5" x="1851.25" y="1295" as="geometry" />
        </mxCell>
        <mxCell id="In8fDh9ZLN2M87an2Miy-186" edge="1" parent="1" source="In8fDh9ZLN2M87an2Miy-183" style="edgeStyle=orthogonalEdgeStyle;rounded=0;orthogonalLoop=1;jettySize=auto;html=1;" target="In8fDh9ZLN2M87an2Miy-185" value="">
          <mxGeometry relative="1" as="geometry" />
        </mxCell>
        <mxCell id="In8fDh9ZLN2M87an2Miy-187" edge="1" parent="1" source="In8fDh9ZLN2M87an2Miy-183" style="edgeStyle=orthogonalEdgeStyle;rounded=0;orthogonalLoop=1;jettySize=auto;html=1;" target="In8fDh9ZLN2M87an2Miy-105">
          <mxGeometry relative="1" as="geometry">
            <Array as="points">
              <mxPoint x="2995" y="1427" />
            </Array>
          </mxGeometry>
        </mxCell>
        <mxCell id="In8fDh9ZLN2M87an2Miy-195" connectable="0" parent="In8fDh9ZLN2M87an2Miy-187" style="edgeLabel;html=1;align=center;verticalAlign=middle;resizable=0;points=[];" value="return warning?,&lt;br&gt;row is not scheduler&#39;s task&lt;div&gt;&lt;br&gt;&lt;/div&gt;" vertex="1">
          <mxGeometry relative="1" x="-0.5656" y="1" as="geometry">
            <mxPoint as="offset" />
          </mxGeometry>
        </mxCell>
        <mxCell id="In8fDh9ZLN2M87an2Miy-183" parent="1" style="rhombus;whiteSpace=wrap;html=1;fontStyle=0;startSize=30;horizontal=1;" value="db transaction success?" vertex="1">
          <mxGeometry height="135" width="130" x="2930" y="1122.5" as="geometry" />
        </mxCell>
        <mxCell id="In8fDh9ZLN2M87an2Miy-185" parent="1" style="whiteSpace=wrap;html=1;fontStyle=0;startSize=30;horizontal=1;" value="return success to client" vertex="1">
          <mxGeometry height="60" width="120" x="3145" y="1160" as="geometry" />
        </mxCell>
        <mxCell id="In8fDh9ZLN2M87an2Miy-189" parent="1" style="text;html=1;whiteSpace=wrap;strokeColor=none;fillColor=none;align=center;verticalAlign=middle;rounded=0;fontSize=26;" value="&lt;div style=&quot;background-color:#ffffff;color:#080808&quot;&gt;&lt;pre style=&quot;font-family: &amp;quot;JetBrains Mono&amp;quot;, monospace;&quot;&gt;&lt;span style=&quot;color:#9e880d;&quot;&gt;@Transactional&lt;/span&gt;(propagation = &lt;span style=&quot;color:#000000;&quot;&gt;Propagation&lt;/span&gt;.&lt;span style=&quot;color:#871094;font-style:italic;&quot;&gt;REQUIRES_NEW&lt;/span&gt;)&lt;/pre&gt;&lt;/div&gt;" vertex="1">
          <mxGeometry height="30" width="240" x="4918.87" y="1265" as="geometry" />
        </mxCell>
        <mxCell id="In8fDh9ZLN2M87an2Miy-198" parent="1" style="text;html=1;whiteSpace=wrap;strokeColor=none;fillColor=none;align=center;verticalAlign=middle;rounded=0;fontSize=32;" value="BNPL request flow" vertex="1">
          <mxGeometry height="30" width="470" x="-80" y="2930" as="geometry" />
        </mxCell>
        <mxCell id="In8fDh9ZLN2M87an2Miy-199" edge="1" parent="1" source="In8fDh9ZLN2M87an2Miy-200" style="edgeStyle=orthogonalEdgeStyle;rounded=0;orthogonalLoop=1;jettySize=auto;html=1;" target="In8fDh9ZLN2M87an2Miy-202" value="">
          <mxGeometry relative="1" as="geometry" />
        </mxCell>
        <mxCell id="In8fDh9ZLN2M87an2Miy-200" parent="1" style="shape=umlActor;verticalLabelPosition=bottom;verticalAlign=top;html=1;outlineConnect=0;" value="Actor" vertex="1">
          <mxGeometry height="60" width="30" x="20" y="3135" as="geometry" />
        </mxCell>
        <mxCell id="In8fDh9ZLN2M87an2Miy-201" edge="1" parent="1" source="In8fDh9ZLN2M87an2Miy-202" style="edgeStyle=orthogonalEdgeStyle;rounded=0;orthogonalLoop=1;jettySize=auto;html=1;entryX=0.011;entryY=0.06;entryDx=0;entryDy=0;entryPerimeter=0;" target="In8fDh9ZLN2M87an2Miy-209" value="">
          <mxGeometry relative="1" as="geometry">
            <mxPoint x="440" y="3165" as="targetPoint" />
          </mxGeometry>
        </mxCell>
        <mxCell id="In8fDh9ZLN2M87an2Miy-202" parent="1" style="whiteSpace=wrap;html=1;verticalAlign=top;" value="&lt;div&gt;&lt;br&gt;&lt;/div&gt;&lt;div&gt;One tap loan&lt;/div&gt;" vertex="1">
          <mxGeometry height="60" width="120" x="230" y="3135" as="geometry" />
        </mxCell>
        <mxCell id="In8fDh9ZLN2M87an2Miy-203" edge="1" parent="1" source="In8fDh9ZLN2M87an2Miy-205" style="edgeStyle=orthogonalEdgeStyle;rounded=0;orthogonalLoop=1;jettySize=auto;html=1;" target="In8fDh9ZLN2M87an2Miy-206" value="">
          <mxGeometry relative="1" as="geometry" />
        </mxCell>
        <mxCell id="In8fDh9ZLN2M87an2Miy-204" connectable="0" parent="In8fDh9ZLN2M87an2Miy-203" style="edgeLabel;html=1;align=center;verticalAlign=middle;resizable=0;points=[];" value="0" vertex="1">
          <mxGeometry relative="1" x="-0.2091" y="-1" as="geometry">
            <mxPoint as="offset" />
          </mxGeometry>
        </mxCell>
+         <mxCell id="In8fDh9ZLN2M87an2Miy-213" edge="1" parent="1" source="In8fDh9ZLN2M87an2Miy-205" style="edgeStyle=orthogonalEdgeStyle;rounded=0;orthogonalLoop=1;jettySize=auto;html=1;" target="In8fDh9ZLN2M87an2Miy-212" value="">
+           <mxGeometry relative="1" as="geometry" />
+         </mxCell>
        <mxCell id="In8fDh9ZLN2M87an2Miy-205" parent="1" style="rhombus;whiteSpace=wrap;html=1;verticalAlign=top;" value="&lt;br&gt;&lt;br&gt;&lt;div&gt;&lt;br&gt;&lt;/div&gt;&lt;div&gt;Loan validation&lt;br&gt;success&lt;/div&gt;" vertex="1">
          <mxGeometry height="120" width="140" x="720" y="3105" as="geometry" />
        </mxCell>
        <mxCell id="In8fDh9ZLN2M87an2Miy-206" parent="1" style="whiteSpace=wrap;html=1;verticalAlign=middle;" value="Return err message" vertex="1">
          <mxGeometry height="60" width="120" x="730" y="3305" as="geometry" />
        </mxCell>
        <mxCell id="In8fDh9ZLN2M87an2Miy-207" edge="1" parent="1" source="In8fDh9ZLN2M87an2Miy-208" style="edgeStyle=orthogonalEdgeStyle;rounded=0;orthogonalLoop=1;jettySize=auto;html=1;entryX=0;entryY=0.5;entryDx=0;entryDy=0;" target="In8fDh9ZLN2M87an2Miy-205">
          <mxGeometry relative="1" as="geometry" />
        </mxCell>
        <mxCell id="In8fDh9ZLN2M87an2Miy-208" parent="1" style="swimlane;fontStyle=0;childLayout=stackLayout;horizontal=1;startSize=30;horizontalStack=0;resizeParent=1;resizeParentMax=0;resizeLast=0;collapsible=1;marginBottom=0;whiteSpace=wrap;html=1;" value="Validations" vertex="1">
          <mxGeometry height="120" width="140" x="460" y="3135" as="geometry" />
        </mxCell>
        <mxCell id="In8fDh9ZLN2M87an2Miy-209" parent="In8fDh9ZLN2M87an2Miy-208" style="text;strokeColor=none;fillColor=none;align=left;verticalAlign=middle;spacingLeft=4;spacingRight=4;overflow=hidden;points=[[0,0.5],[1,0.5]];portConstraint=eastwest;rotatable=0;whiteSpace=wrap;html=1;" value="user status" vertex="1">
          <mxGeometry height="30" width="140" y="30" as="geometry" />
        </mxCell>
        <mxCell id="In8fDh9ZLN2M87an2Miy-210" parent="In8fDh9ZLN2M87an2Miy-208" style="text;strokeColor=none;fillColor=none;align=left;verticalAlign=middle;spacingLeft=4;spacingRight=4;overflow=hidden;points=[[0,0.5],[1,0.5]];portConstraint=eastwest;rotatable=0;whiteSpace=wrap;html=1;" value="kyc status" vertex="1">
          <mxGeometry height="30" width="140" y="60" as="geometry" />
        </mxCell>
        <mxCell id="In8fDh9ZLN2M87an2Miy-211" parent="In8fDh9ZLN2M87an2Miy-208" style="text;strokeColor=none;fillColor=none;align=left;verticalAlign=middle;spacingLeft=4;spacingRight=4;overflow=hidden;points=[[0,0.5],[1,0.5]];portConstraint=eastwest;rotatable=0;whiteSpace=wrap;html=1;" value="loan limit status" vertex="1">
          <mxGeometry height="30" width="140" y="90" as="geometry" />
+         </mxCell>
+         <mxCell id="In8fDh9ZLN2M87an2Miy-212" parent="1" style="whiteSpace=wrap;html=1;verticalAlign=middle;" value="Same as one-tap ??" vertex="1">
+           <mxGeometry height="60" width="120" x="950" y="3135" as="geometry" />
        </mxCell>
      </root>
    </mxGraphModel>
  </diagram>
</mxfile>
